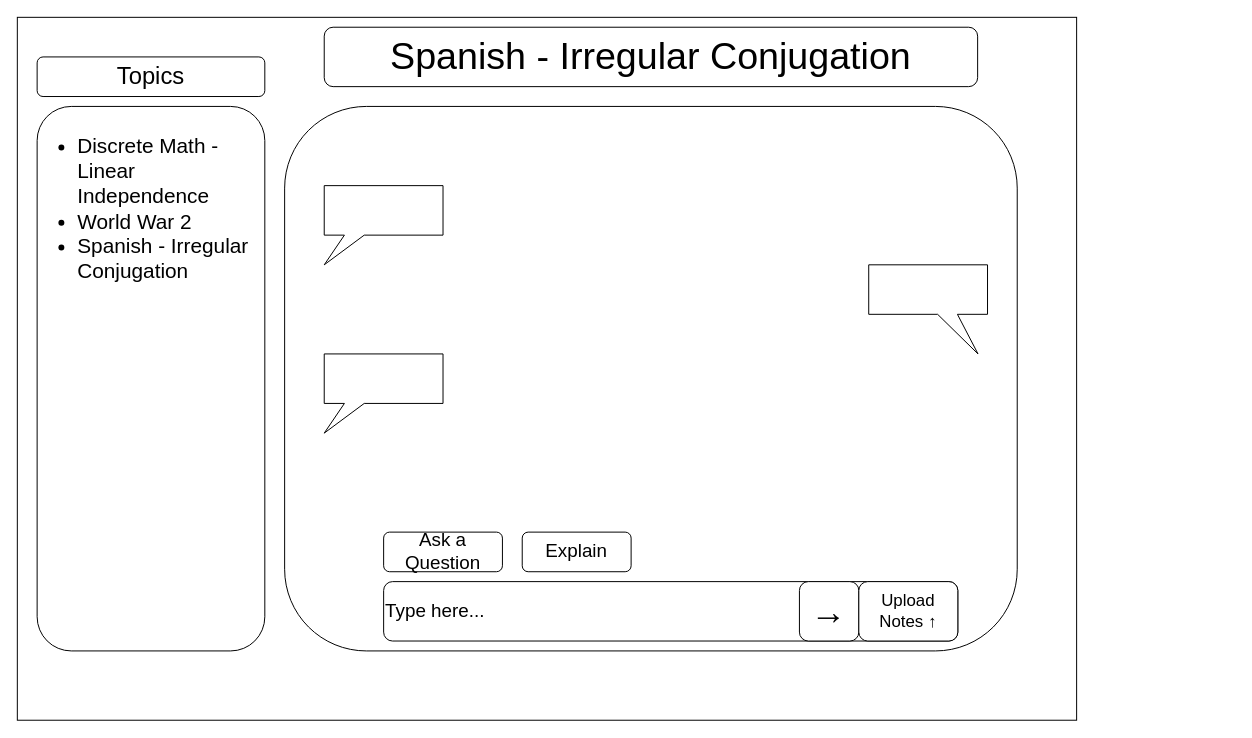
Earlier version of the draw.io diagram page "Chat - Spanish" (4 of 7) of 460prototype.drawio (mmeiser19/cpsc460). Source tidied: cells renumbered, new cells numbered last; positions are measured from the earlier drawing's top-left corner, leaving out a move shared by most shapes. Both pictures are drawn from the tidied source at 99%, with x=0, y=0 at pixel (17, 17).
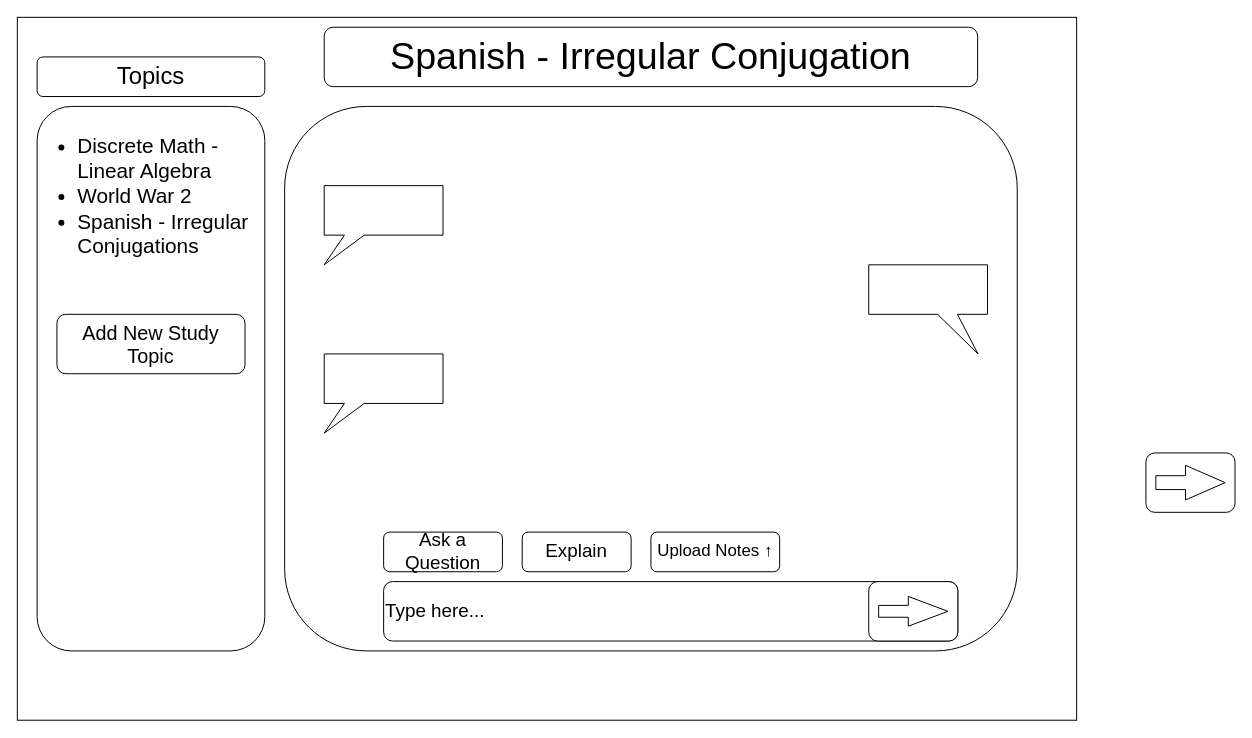
The same diagram, later.

Commit message (it also covers changes not shown here):
Added variations of the homepage when user scrolls through study topics

Change to the diagram source:
```diff
@@
 <mxGraphModel>
   <root>
     <mxCell id="0" />
     <mxCell id="1" parent="0" />
     <mxCell id="2" style="rounded=0;whiteSpace=wrap;html=1;" parent="1" vertex="1">
       <mxGeometry width="1070" height="710" as="geometry" />
     </mxCell>
     <mxCell id="3" value="&lt;span style=&quot;font-size: 38px;&quot;&gt;Spanish - Irregular Conjugation&lt;br&gt;&lt;/span&gt;" style="rounded=1;whiteSpace=wrap;html=1;" parent="1" vertex="1">
       <mxGeometry x="310" y="10" width="660" height="60" as="geometry" />
     </mxCell>
     <mxCell id="4" value="&lt;span style=&quot;font-size: 24px;&quot;&gt;Topics&lt;/span&gt;" style="rounded=1;whiteSpace=wrap;html=1;" parent="1" vertex="1">
       <mxGeometry x="20" y="40" width="230" height="40" as="geometry" />
     </mxCell>
     <mxCell id="5" style="rounded=1;whiteSpace=wrap;html=1;" parent="1" vertex="1">
       <mxGeometry x="270" y="90" width="740" height="550" as="geometry" />
     </mxCell>
     <mxCell id="6" value="&lt;font style=&quot;font-size: 19px;&quot;&gt;Type here...&lt;/font&gt;" style="rounded=1;whiteSpace=wrap;html=1;align=left;" parent="1" vertex="1">
       <mxGeometry x="370" y="570" width="580" height="60" as="geometry" />
     </mxCell>
-    <mxCell id="7" value="&lt;ul style=&quot;font-size: 21px;&quot;&gt;&lt;li style=&quot;text-align: left;&quot;&gt;&lt;span style=&quot;background-color: initial;&quot;&gt;Discrete Math - Linear Independence&lt;/span&gt;&lt;/li&gt;&lt;li style=&quot;text-align: left;&quot;&gt;&lt;span style=&quot;background-color: initial;&quot;&gt;World War 2&lt;/span&gt;&lt;/li&gt;&lt;li style=&quot;text-align: left;&quot;&gt;&lt;span style=&quot;background-color: initial;&quot;&gt;Spanish - Irregular Conjugation&lt;/span&gt;&lt;/li&gt;&lt;/ul&gt;" style="rounded=1;whiteSpace=wrap;html=1;verticalAlign=top;" parent="1" vertex="1">
+    <mxCell id="7" value="&lt;ul style=&quot;font-size: 21px;&quot;&gt;&lt;li style=&quot;text-align: left;&quot;&gt;&lt;span style=&quot;background-color: initial;&quot;&gt;Discrete Math - Linear Algebra&lt;br&gt;&lt;/span&gt;&lt;/li&gt;&lt;li style=&quot;text-align: left;&quot;&gt;&lt;span style=&quot;background-color: initial;&quot;&gt;World War 2&lt;/span&gt;&lt;/li&gt;&lt;li style=&quot;text-align: left;&quot;&gt;&lt;span style=&quot;background-color: initial;&quot;&gt;Spanish - Irregular Conjugations&lt;/span&gt;&lt;/li&gt;&lt;/ul&gt;" style="rounded=1;whiteSpace=wrap;html=1;verticalAlign=top;" parent="1" vertex="1">
       <mxGeometry x="20" y="90" width="230" height="550" as="geometry" />
     </mxCell>
     <mxCell id="8" value="&lt;font style=&quot;font-size: 19px;&quot;&gt;Ask a Question&lt;/font&gt;" style="rounded=1;whiteSpace=wrap;html=1;" parent="1" vertex="1">
       <mxGeometry x="370" y="520" width="120" height="40" as="geometry" />
     </mxCell>
     <mxCell id="9" value="&lt;font style=&quot;font-size: 19px;&quot;&gt;Explain&lt;/font&gt;" style="rounded=1;whiteSpace=wrap;html=1;" parent="1" vertex="1">
       <mxGeometry x="510" y="520" width="110" height="40" as="geometry" />
     </mxCell>
-    <mxCell id="10" value="&lt;font style=&quot;font-size: 36px;&quot;&gt;→&lt;/font&gt;" style="rounded=1;whiteSpace=wrap;html=1;" parent="1" vertex="1">
-      <mxGeometry x="790" y="570" width="60" height="60" as="geometry" />
+    <mxCell id="10" style="rounded=1;whiteSpace=wrap;html=1;" parent="1" vertex="1">
+      <mxGeometry x="860" y="570" width="90" height="60" as="geometry" />
     </mxCell>
     <mxCell id="11" value="&lt;font style=&quot;font-size: 17px;&quot;&gt;Upload Notes ↑&lt;br&gt;&lt;/font&gt;" style="rounded=1;whiteSpace=wrap;html=1;" parent="1" vertex="1">
-      <mxGeometry x="850" y="570" width="100" height="60" as="geometry" />
+      <mxGeometry x="640" y="520" width="130" height="40" as="geometry" />
     </mxCell>
     <mxCell id="12" style="shape=callout;whiteSpace=wrap;html=1;perimeter=calloutPerimeter;size=30;position=0.17;position2=0;" parent="1" vertex="1">
       <mxGeometry x="310" y="340" width="120" height="80" as="geometry" />
     </mxCell>
     <mxCell id="13" style="shape=callout;whiteSpace=wrap;html=1;perimeter=calloutPerimeter;size=30;position=0.17;position2=0;" parent="1" vertex="1">
       <mxGeometry x="310" y="170" width="120" height="80" as="geometry" />
     </mxCell>
     <mxCell id="14" style="shape=callout;whiteSpace=wrap;html=1;perimeter=calloutPerimeter;size=40;position=0.58;position2=0.92;base=20;" parent="1" vertex="1">
       <mxGeometry x="860" y="250" width="120" height="90" as="geometry" />
     </mxCell>
+    <mxCell id="15" value="&lt;font style=&quot;font-size: 20px;&quot;&gt;Add New Study Topic&lt;/font&gt;" style="rounded=1;whiteSpace=wrap;html=1;" parent="1" vertex="1">
+      <mxGeometry x="40" y="300" width="190" height="60" as="geometry" />
+    </mxCell>
+    <mxCell id="16" style="html=1;shadow=0;dashed=0;align=center;verticalAlign=middle;shape=mxgraph.arrows2.arrow;dy=0.6;dx=40;notch=0;" parent="1" vertex="1">
+      <mxGeometry x="870" y="585" width="70" height="30" as="geometry" />
+    </mxCell>
+    <mxCell id="17" style="rounded=1;whiteSpace=wrap;html=1;" parent="1" vertex="1">
+      <mxGeometry x="1140" y="440" width="90" height="60" as="geometry" />
+    </mxCell>
+    <mxCell id="18" style="html=1;shadow=0;dashed=0;align=center;verticalAlign=middle;shape=mxgraph.arrows2.arrow;dy=0.6;dx=40;notch=0;" parent="1" vertex="1">
+      <mxGeometry x="1150" y="452.5" width="70" height="35" as="geometry" />
+    </mxCell>
   </root>
 </mxGraphModel>
```
